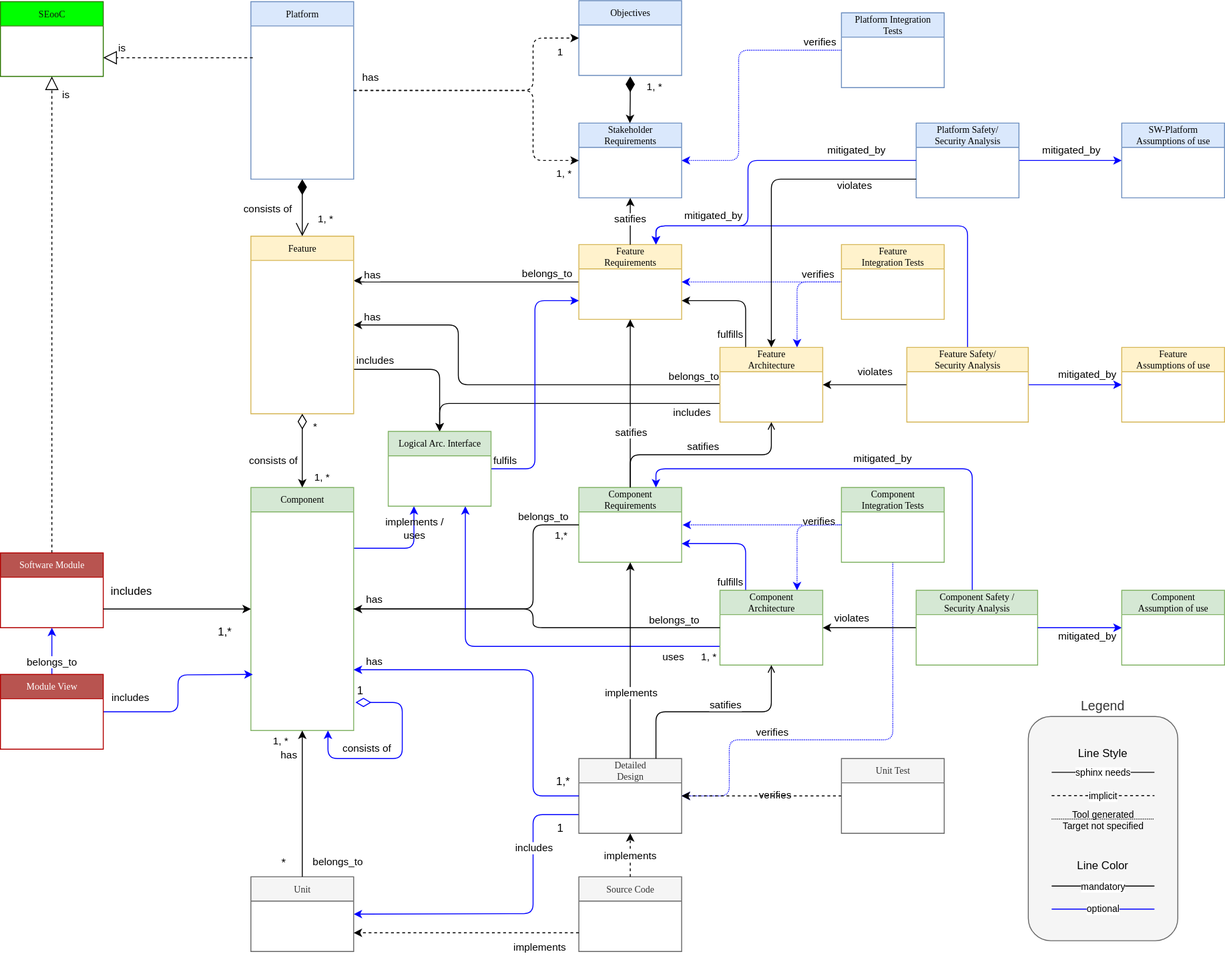
The draw.io diagram pr-524/_images/score_building_blocks_meta_model.drawio.svg in eclipse-score/process_description, before a commit. Source tidied: cells renumbered, new cells last; positions are measured from the earlier drawing's top-left corner, leaving out a move shared by most shapes.
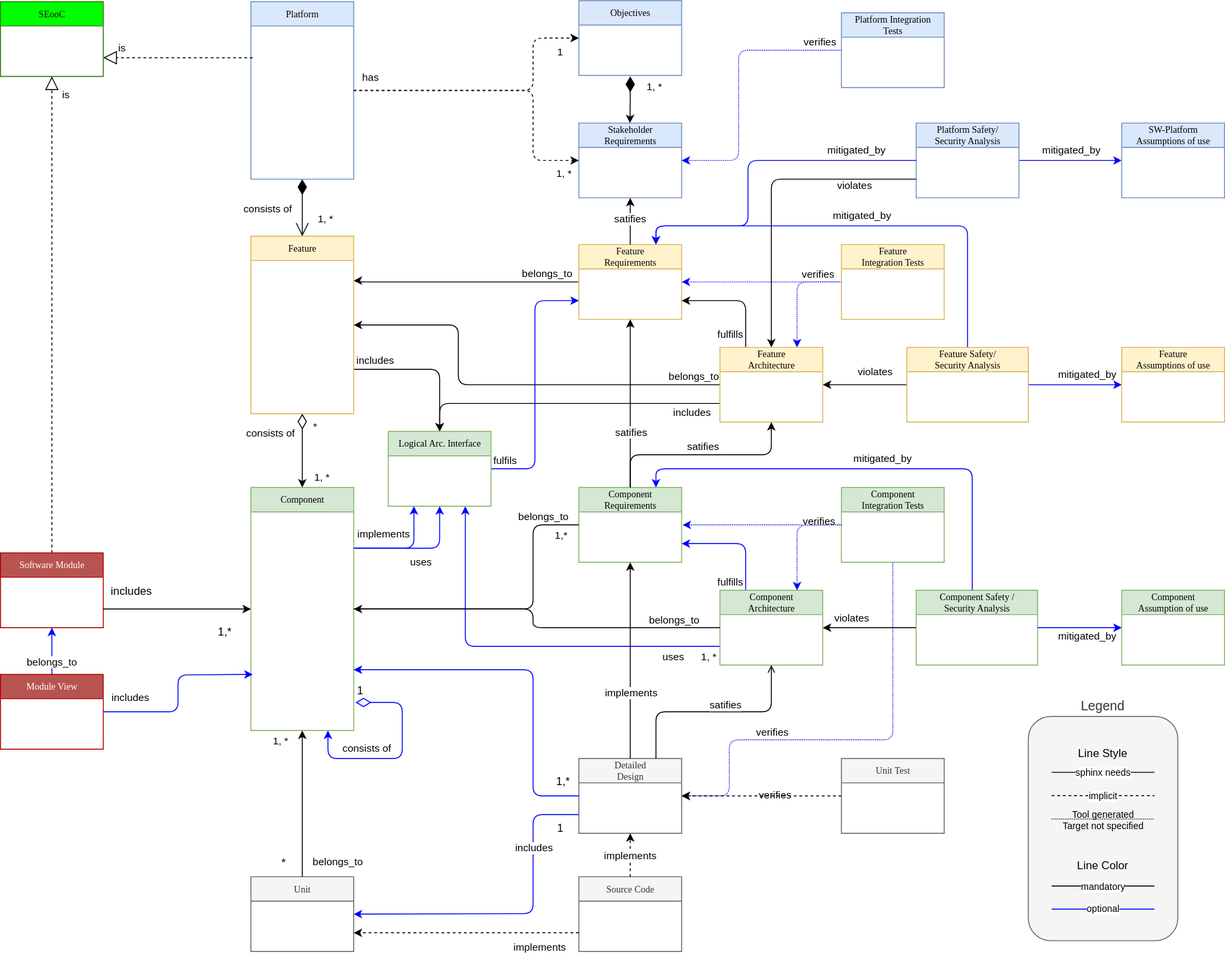
After the commit.

The edit, as a diff of the source:
```diff
@@ -2,7 +2,7 @@
   <root>
     <mxCell id="0" />
     <mxCell id="1" parent="0" />
-    <mxCell id="2" value="has" style="edgeStyle=orthogonalEdgeStyle;rounded=1;jettySize=auto;html=1;entryX=0;entryY=0.5;entryDx=0;entryDy=0;endArrow=none;endFill=0;curved=0;exitX=1;exitY=0.25;exitDx=0;exitDy=0;startArrow=classic;startFill=1;" parent="1" edge="1" source="6" target="11">
+    <mxCell id="2" style="edgeStyle=orthogonalEdgeStyle;rounded=1;jettySize=auto;html=1;entryX=0;entryY=0.5;entryDx=0;entryDy=0;endArrow=none;endFill=0;curved=0;exitX=1;exitY=0.25;exitDx=0;exitDy=0;startArrow=classic;startFill=1;" parent="1" edge="1" source="6" target="11">
       <mxGeometry x="-0.82" y="8" relative="1" as="geometry">
         <Array as="points">
           <mxPoint x="380" y="301" />
@@ -28,13 +28,9 @@
     <mxCell id="6" value="Feature" style="swimlane;html=1;fontStyle=0;horizontal=1;startSize=26;fillColor=#fff2cc;swimlaneFillColor=#ffffff;rounded=0;shadow=0;comic=0;labelBackgroundColor=none;strokeWidth=1;fontFamily=Verdana;fontSize=10;align=center;strokeColor=#d6b656;" parent="1" vertex="1">
       <mxGeometry x="268" y="252" width="110" height="190" as="geometry" />
     </mxCell>
-    <mxCell id="7" value="implements /&amp;nbsp;&lt;br&gt;uses" style="edgeStyle=orthogonalEdgeStyle;html=1;exitX=1;exitY=0.25;exitDx=0;exitDy=0;entryX=0.25;entryY=1;entryDx=0;entryDy=0;labelBackgroundColor=none;strokeColor=#0000FF;" parent="1" edge="1" source="8" target="117">
-      <mxGeometry x="0.56" relative="1" as="geometry">
-        <Array as="points">
-          <mxPoint x="443" y="586" />
-        </Array>
-      </mxGeometry>
-    </mxCell>
+    <mxCell id="129" value="uses" style="edgeStyle=orthogonalEdgeStyle;html=1;exitX=1;exitY=0.25;exitDx=0;exitDy=0;entryX=0.5;entryY=1;entryDx=0;entryDy=0;strokeColor=#0000FF;labelBackgroundColor=none;" parent="1" edge="1" source="8" target="117">
+      <mxGeometry x="0.05" y="-15" relative="1" as="geometry" />
+    </mxCell>
     <mxCell id="8" value="Component" style="swimlane;html=1;fontStyle=0;horizontal=1;startSize=26;fillColor=#d5e8d4;swimlaneFillColor=#ffffff;rounded=0;shadow=0;comic=0;labelBackgroundColor=none;strokeWidth=1;fontFamily=Verdana;fontSize=10;align=center;strokeColor=#82b366;" parent="1" vertex="1">
       <mxGeometry x="268" y="521" width="110" height="260" as="geometry" />
     </mxCell>
@@ -66,9 +62,6 @@
         </Array>
       </mxGeometry>
     </mxCell>
-    <mxCell id="16" value="has" style="edgeLabel;html=1;align=center;verticalAlign=bottom;" parent="15" vertex="1">
-      <mxGeometry x="0.92" relative="1" as="geometry" />
-    </mxCell>
     <mxCell id="17" value="belongs_to" style="edgeLabel;html=1;align=center;verticalAlign=bottom;" parent="15" vertex="1">
       <mxGeometry x="-0.9" y="-1" relative="1" as="geometry">
         <mxPoint x="-7" as="offset" />
@@ -77,7 +70,7 @@
     <mxCell id="18" value="Feature&lt;br&gt;Architecture" style="swimlane;html=1;fontStyle=0;horizontal=1;startSize=26;fillColor=#fff2cc;swimlaneFillColor=#ffffff;rounded=0;shadow=0;comic=0;labelBackgroundColor=none;strokeWidth=1;fontFamily=Verdana;fontSize=10;align=center;strokeColor=#d6b656;" parent="1" vertex="1">
       <mxGeometry x="770" y="371" width="110" height="80" as="geometry" />
     </mxCell>
-    <mxCell id="19" style="edgeStyle=orthogonalEdgeStyle;rounded=1;jettySize=auto;html=1;entryX=0.5;entryY=1;entryDx=0;entryDy=0;endArrow=open;endFill=0;exitX=0.5;exitY=0;exitDx=0;exitDy=0;curved=0;" parent="1" edge="1" source="21" target="18">
+    <mxCell id="19" style="edgeStyle=orthogonalEdgeStyle;rounded=1;jettySize=auto;html=1;entryX=0.5;entryY=1;entryDx=0;entryDy=0;endArrow=classic;endFill=1;exitX=0.5;exitY=0;exitDx=0;exitDy=0;curved=0;" parent="1" edge="1" source="21" target="18">
       <mxGeometry relative="1" as="geometry" />
     </mxCell>
     <mxCell id="20" value="satifies" style="edgeLabel;html=1;align=center;verticalAlign=middle;" parent="19" vertex="1">
@@ -108,7 +101,7 @@
     </mxCell>
     <mxCell id="25" value="consists of" style="edgeLabel;html=1;align=center;verticalAlign=middle;" parent="1" vertex="1">
       <mxGeometry x="260" y="491" as="geometry">
-        <mxPoint x="31" as="offset" />
+        <mxPoint x="28" y="-29" as="offset" />
       </mxGeometry>
     </mxCell>
     <mxCell id="26" style="edgeStyle=orthogonalEdgeStyle;rounded=1;jettySize=auto;html=1;entryX=0;entryY=0.75;entryDx=0;entryDy=0;curved=0;exitX=1;exitY=0.5;exitDx=0;exitDy=0;endArrow=none;endFill=0;startArrow=classic;startFill=1;strokeColor=#0000FF;" parent="1" edge="1" source="28" target="57">
@@ -129,11 +122,6 @@
     <mxCell id="29" value="1, *" style="endArrow=classic;html=1;endSize=6;startArrow=none;startSize=14;startFill=0;edgeStyle=orthogonalEdgeStyle;align=left;verticalAlign=bottom;rounded=0;entryX=0.5;entryY=1;entryDx=0;entryDy=0;exitX=0.5;exitY=0;exitDx=0;exitDy=0;endFill=1;" parent="1" edge="1" source="28" target="8">
       <mxGeometry x="0.74" y="33" relative="1" as="geometry" />
     </mxCell>
-    <mxCell id="30" value="has" style="edgeLabel;html=1;align=right;verticalAlign=middle;labelPosition=left;verticalLabelPosition=middle;spacing=7;labelBackgroundColor=none;" parent="29" vertex="1">
-      <mxGeometry x="0.04" relative="1" as="geometry">
-        <mxPoint y="-50" as="offset" />
-      </mxGeometry>
-    </mxCell>
     <mxCell id="31" value="belongs_to" style="edgeLabel;html=1;align=center;verticalAlign=middle;" parent="29" vertex="1">
       <mxGeometry x="-0.54" y="2" relative="1" as="geometry">
         <mxPoint x="39" y="20" as="offset" />
@@ -250,7 +238,7 @@
         <mxPoint x="6" y="35" as="offset" />
       </mxGeometry>
     </mxCell>
-    <mxCell id="55" value="has" style="edgeStyle=orthogonalEdgeStyle;rounded=1;jettySize=auto;html=1;entryX=0;entryY=0.5;entryDx=0;entryDy=0;curved=0;exitX=1;exitY=0.5;exitDx=0;exitDy=0;startArrow=classic;startFill=1;endArrow=none;endFill=0;" parent="1" edge="1" source="8" target="52">
+    <mxCell id="55" value="&lt;div&gt;&lt;br&gt;&lt;/div&gt;" style="edgeStyle=orthogonalEdgeStyle;rounded=1;jettySize=auto;html=1;entryX=0;entryY=0.5;entryDx=0;entryDy=0;curved=0;exitX=1;exitY=0.5;exitDx=0;exitDy=0;startArrow=classic;startFill=1;endArrow=none;endFill=0;" parent="1" edge="1" source="8" target="52">
       <mxGeometry x="-0.89" y="10" relative="1" as="geometry">
         <Array as="points">
           <mxPoint x="570" y="651" />
@@ -266,7 +254,7 @@
     <mxCell id="57" value="Detailed&lt;br&gt;Design" style="swimlane;html=1;fontStyle=0;horizontal=1;startSize=26;fillColor=#f5f5f5;swimlaneFillColor=#ffffff;rounded=0;shadow=0;comic=0;labelBackgroundColor=none;strokeWidth=1;fontFamily=Verdana;fontSize=10;align=center;fontColor=#333333;strokeColor=#666666;" parent="1" vertex="1">
       <mxGeometry x="619" y="811" width="110" height="80" as="geometry" />
     </mxCell>
-    <mxCell id="58" value="has" style="edgeStyle=orthogonalEdgeStyle;rounded=1;jettySize=auto;html=1;entryX=0;entryY=0.5;entryDx=0;entryDy=0;verticalAlign=bottom;curved=0;exitX=1;exitY=0.75;exitDx=0;exitDy=0;endArrow=none;endFill=0;startArrow=classic;startFill=1;strokeColor=#0000FF;" parent="1" edge="1" source="8" target="57">
+    <mxCell id="58" style="edgeStyle=orthogonalEdgeStyle;rounded=1;jettySize=auto;html=1;entryX=0;entryY=0.5;entryDx=0;entryDy=0;verticalAlign=bottom;curved=0;exitX=1;exitY=0.75;exitDx=0;exitDy=0;endArrow=none;endFill=0;startArrow=classic;startFill=1;strokeColor=#0000FF;" parent="1" edge="1" source="8" target="57">
       <mxGeometry x="-0.88" relative="1" as="geometry">
         <Array as="points">
           <mxPoint x="570" y="716" />
@@ -457,7 +445,7 @@
       </mxGeometry>
     </mxCell>
     <mxCell id="98" value="mitigated_by" style="edgeLabel;html=1;align=center;verticalAlign=middle;" parent="1" vertex="1">
-      <mxGeometry x="570" y="241" as="geometry">
+      <mxGeometry x="729" y="241" as="geometry">
         <mxPoint x="192" y="-12" as="offset" />
       </mxGeometry>
     </mxCell>
@@ -596,5 +584,12 @@
     <mxCell id="128" value="Line Style" style="text;html=1;align=center;verticalAlign=middle;whiteSpace=wrap;rounded=0;fontSize=12;" parent="1" vertex="1">
       <mxGeometry x="1150" y="791" width="60" height="30" as="geometry" />
     </mxCell>
+    <mxCell id="7" value="implements" style="edgeStyle=orthogonalEdgeStyle;html=1;exitX=1;exitY=0.25;exitDx=0;exitDy=0;entryX=0.25;entryY=1;entryDx=0;entryDy=0;labelBackgroundColor=none;strokeColor=#0000FF;" parent="1" edge="1" source="8" target="117">
+      <mxGeometry x="-0.42" y="15" relative="1" as="geometry">
+        <Array as="points">
+          <mxPoint x="443" y="586" />
+        </Array>
+      </mxGeometry>
+    </mxCell>
   </root>
 </mxGraphModel>
```
